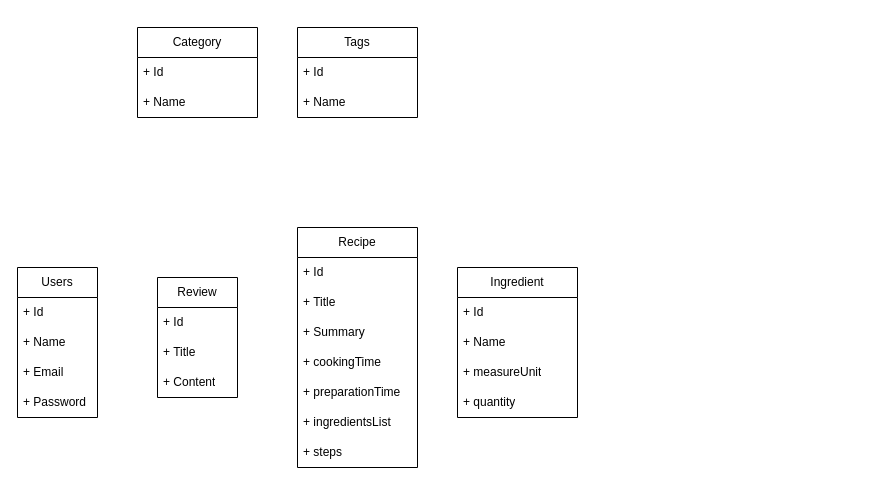
Efkat/cookin keeps this draw.io diagram as docs/diagram.drawio. Above is the earlier version. Source tidied: cells renumbered, new cells numbered last; positions are measured from the earlier drawing's top-left corner, leaving out a move shared by most shapes. Both pictures are drawn from the tidied source at 100%, with x=0, y=0 at pixel (17, 27).
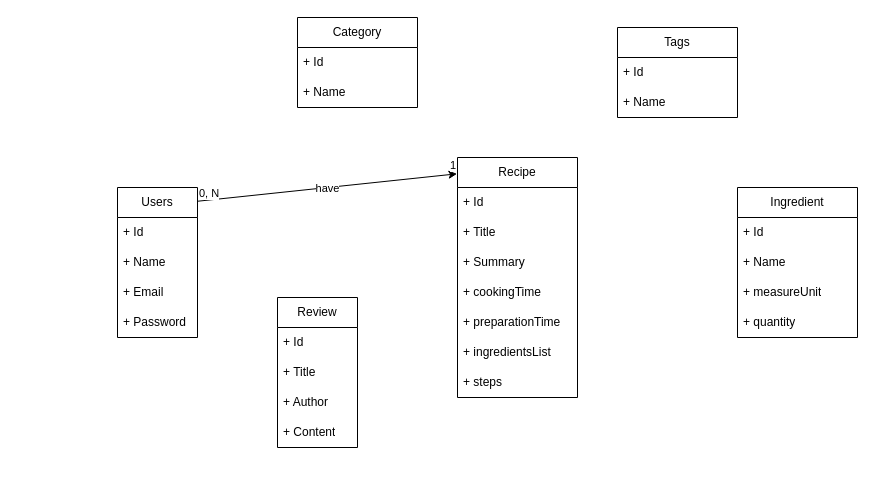
The same diagram, later.

Commit message:
Update class diagram with relation

Change to the diagram source:
```diff
@@
     <mxCell id="2" value="Recipe" style="swimlane;fontStyle=0;horizontal=1;startSize=30;whiteSpace=wrap;html=1;swimlaneLine=1;glass=0;rounded=0;shadow=0;strokeWidth=1;swimlaneFillColor=none;" parent="1" vertex="1">
-      <mxGeometry x="280" y="200" width="120" height="240" as="geometry" />
+      <mxGeometry x="440" y="130" width="120" height="240" as="geometry" />
     </mxCell>
@@
     <mxCell id="10" value="Ingredient" style="swimlane;fontStyle=0;horizontal=1;startSize=30;whiteSpace=wrap;html=1;swimlaneLine=1;glass=0;rounded=0;shadow=0;" parent="1" vertex="1">
-      <mxGeometry x="440" y="240" width="120" height="150" as="geometry" />
+      <mxGeometry x="720" y="160" width="120" height="150" as="geometry" />
     </mxCell>
@@
     <mxCell id="15" value="Users" style="swimlane;fontStyle=0;horizontal=1;startSize=30;whiteSpace=wrap;html=1;swimlaneLine=1;glass=0;rounded=0;shadow=0;" parent="1" vertex="1">
-      <mxGeometry y="240" width="80" height="150" as="geometry" />
+      <mxGeometry x="100" y="160" width="80" height="150" as="geometry" />
     </mxCell>
@@
     <mxCell id="20" value="Review" style="swimlane;fontStyle=0;horizontal=1;startSize=30;whiteSpace=wrap;html=1;swimlaneLine=1;glass=0;rounded=0;shadow=0;" parent="1" vertex="1">
-      <mxGeometry x="140" y="250" width="80" height="120" as="geometry" />
+      <mxGeometry x="260" y="270" width="80" height="150" as="geometry" />
     </mxCell>
@@
+    <mxCell id="30" value="+ Author&lt;span style=&quot;white-space: pre;&quot;&gt;&#9;&lt;/span&gt;" style="text;strokeColor=none;fillColor=none;align=left;verticalAlign=middle;spacingLeft=4;spacingRight=4;overflow=hidden;whiteSpace=wrap;html=1;" parent="20" vertex="1">
+      <mxGeometry y="90" width="80" height="30" as="geometry" />
+    </mxCell>
     <mxCell id="23" value="+ Content" style="text;strokeColor=none;fillColor=none;align=left;verticalAlign=middle;spacingLeft=4;spacingRight=4;overflow=hidden;whiteSpace=wrap;html=1;" parent="20" vertex="1">
-      <mxGeometry y="90" width="80" height="30" as="geometry" />
+      <mxGeometry y="120" width="80" height="30" as="geometry" />
     </mxCell>
     <mxCell id="24" value="Category" style="swimlane;fontStyle=0;horizontal=1;startSize=30;whiteSpace=wrap;html=1;swimlaneLine=1;glass=0;rounded=0;shadow=0;" parent="1" vertex="1">
-      <mxGeometry x="120" width="120" height="90" as="geometry" />
+      <mxGeometry x="280" y="-10" width="120" height="90" as="geometry" />
     </mxCell>
@@
     <mxCell id="27" value="Tags" style="swimlane;fontStyle=0;horizontal=1;startSize=30;whiteSpace=wrap;html=1;swimlaneLine=1;glass=0;rounded=0;shadow=0;" parent="1" vertex="1">
-      <mxGeometry x="280" width="120" height="90" as="geometry" />
+      <mxGeometry x="600" width="120" height="90" as="geometry" />
     </mxCell>
@@
+    <mxCell id="31" style="endArrow=classic;html=1;exitX=0.994;exitY=0.092;exitDx=0;exitDy=0;exitPerimeter=0;entryX=-0.004;entryY=0.068;entryDx=0;entryDy=0;entryPerimeter=0;" parent="1" edge="1" source="15" target="2">
+      <mxGeometry relative="1" as="geometry" />
+    </mxCell>
+    <mxCell id="32" value="have" style="edgeLabel;html=1;align=center;verticalAlign=middle;" parent="31" vertex="1">
+      <mxGeometry relative="1" as="geometry" />
+    </mxCell>
+    <mxCell id="33" value="0, N" style="edgeLabel;html=1;align=left;verticalAlign=bottom;" parent="31" vertex="1">
+      <mxGeometry x="-1" relative="1" as="geometry" />
+    </mxCell>
+    <mxCell id="34" value="1" style="edgeLabel;html=1;align=right;verticalAlign=bottom;" parent="31" vertex="1">
+      <mxGeometry x="1" relative="1" as="geometry" />
+    </mxCell>
```
